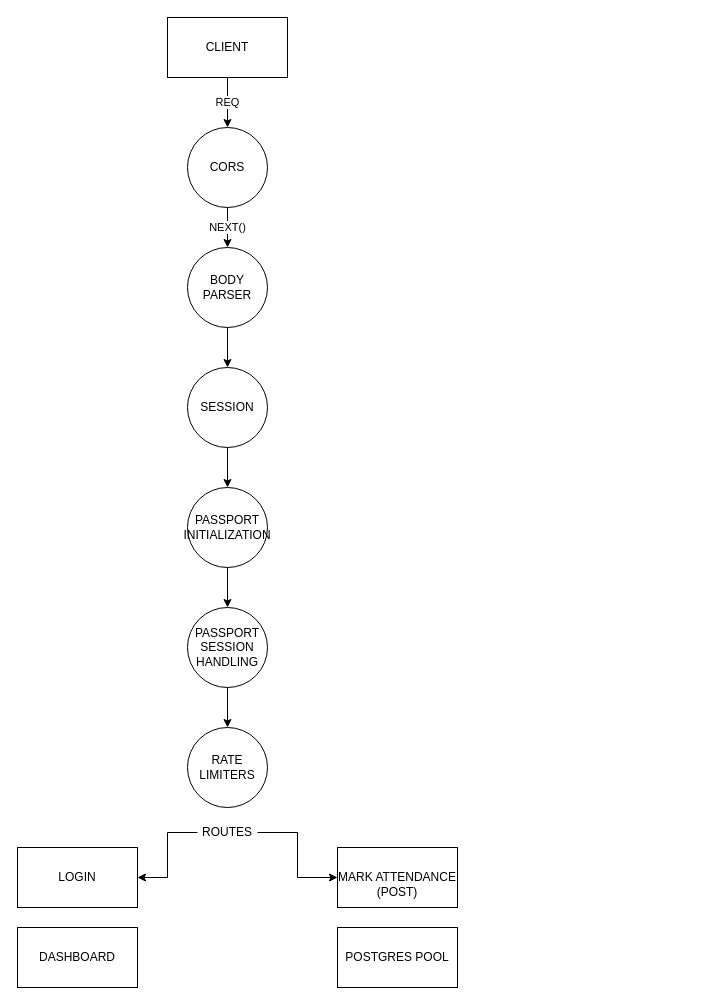
Earlier version of the draw.io diagram client/public/Flow Diagram.drawio (purviporwal1812/attendance-tracker). Source tidied: cells renumbered, new cells numbered last; positions are measured from the earlier drawing's top-left corner, leaving out a move shared by most shapes. Both pictures are drawn from the tidied source at 100%, with x=0, y=0 at pixel (17, 17).
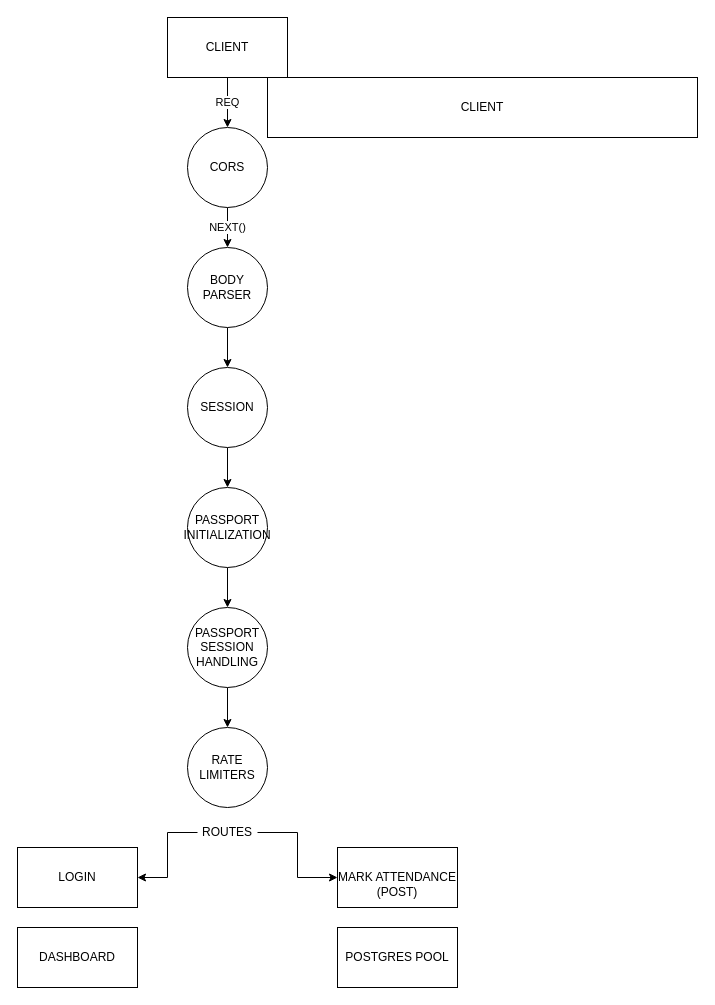
After the change.

What changed in the source:
```diff
@@
+    <mxCell id="23" value="CLIENT" style="rounded=0;whiteSpace=wrap;html=1;" parent="1" vertex="1">
+      <mxGeometry x="250" y="60" width="430" height="60" as="geometry" />
+    </mxCell>
```
